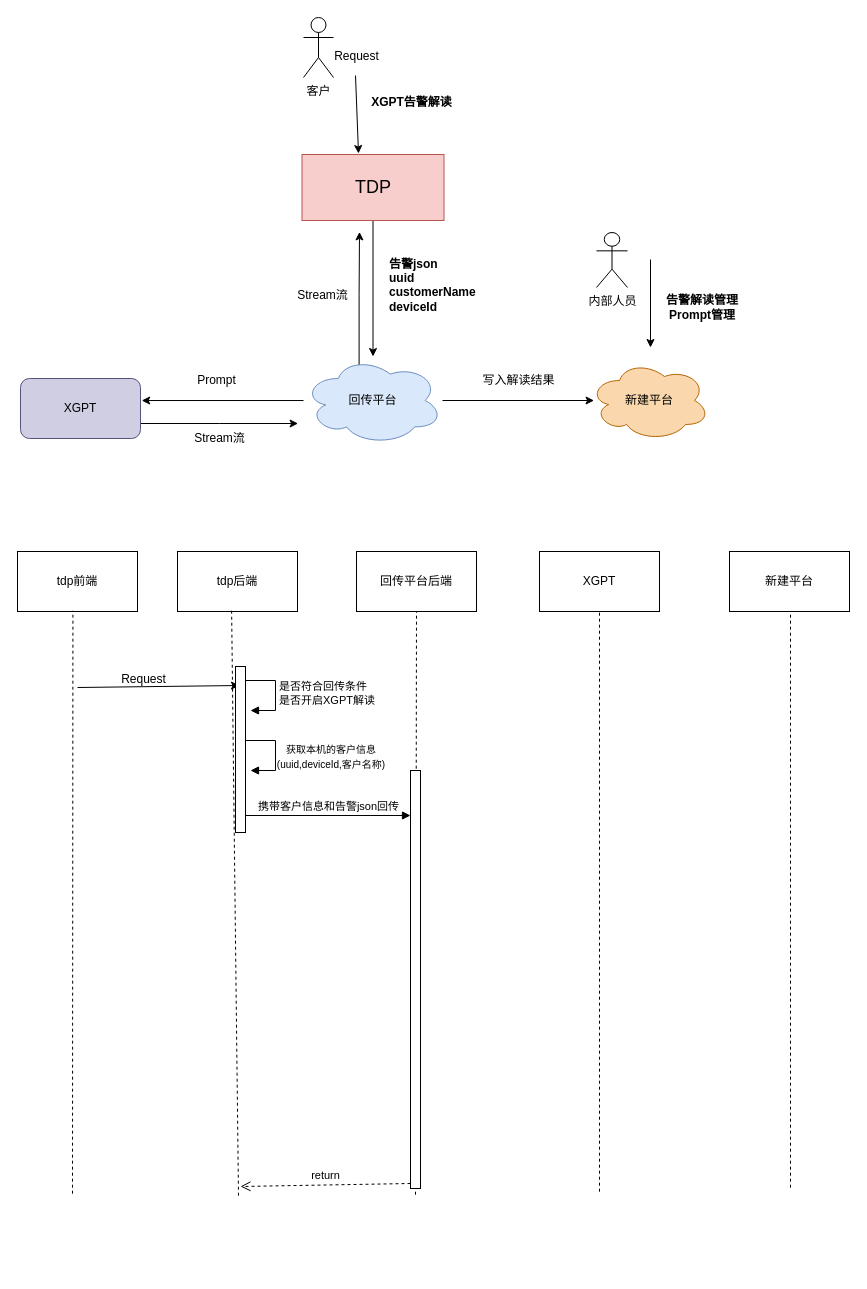
ProbieGw/Diagram keeps this draw.io diagram as xgpt联动.drawio. Above is the earlier version. Source tidied: cells renumbered, new cells numbered last; positions are measured from the earlier drawing's top-left corner, leaving out a move shared by most shapes. Both pictures are drawn from the tidied source at 100%, with x=0, y=0 at pixel (17, 17).
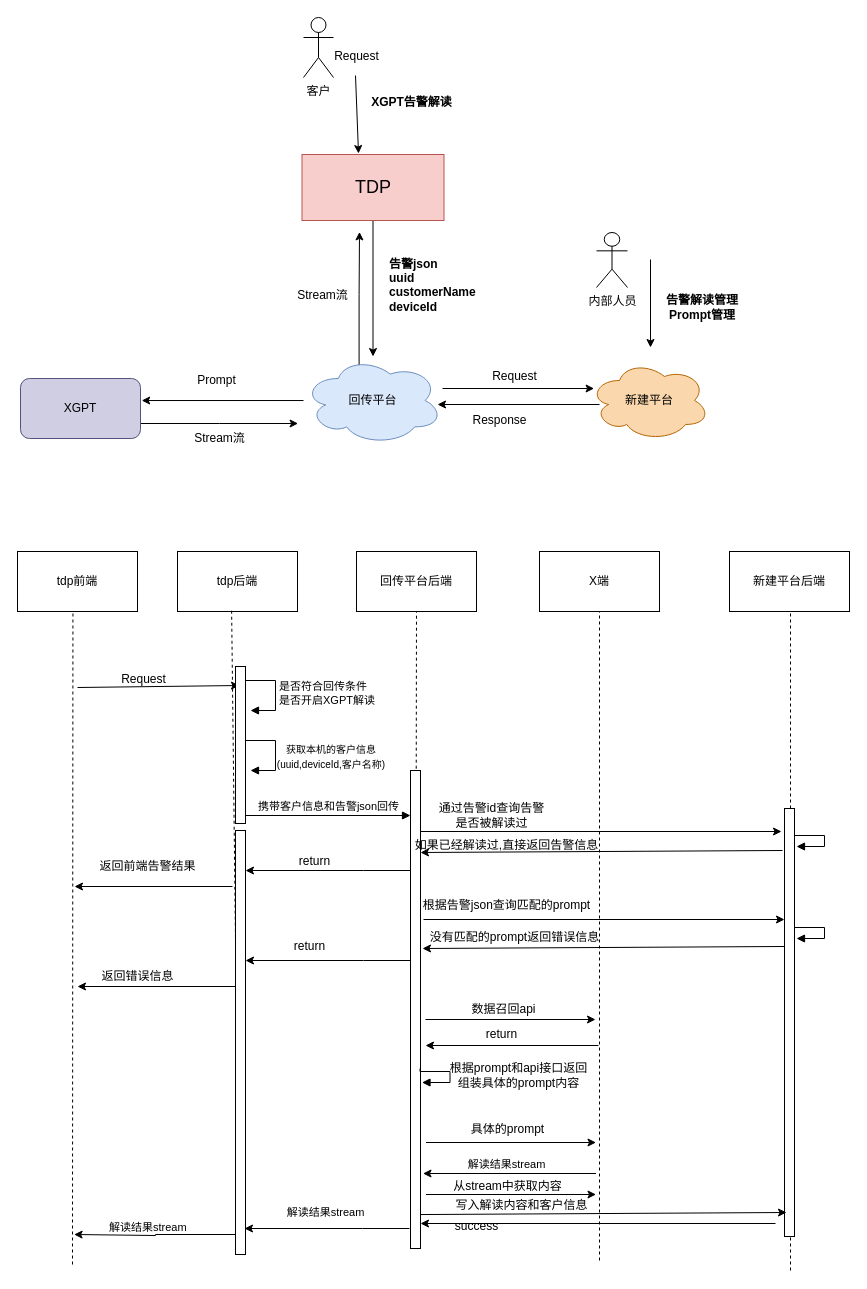
After the change.

The change refers to these unchanged cells:
```xml
<mxCell id="9" value="回传平台" style="ellipse;shape=cloud;whiteSpace=wrap;html=1;fillColor=#dae8fc;strokeColor=#6c8ebf;" parent="1" vertex="1">
  <mxGeometry x="286" y="339" width="139" height="88" as="geometry" />
</mxCell>
<mxCell id="16" value="新建平台" style="ellipse;shape=cloud;whiteSpace=wrap;html=1;fillColor=#fad7ac;strokeColor=#b46504;" parent="1" vertex="1">
  <mxGeometry x="572" y="343" width="120" height="80" as="geometry" />
</mxCell>
<mxCell id="23" value="tdp前端" style="rounded=0;whiteSpace=wrap;html=1;" parent="1" vertex="1">
  <mxGeometry y="534" width="120" height="60" as="geometry" />
</mxCell>
```

The edit, as a diff of the source:
```diff
@@
-    <mxCell id="17" style="edgeStyle=orthogonalEdgeStyle;rounded=0;jettySize=auto;html=1;entryX=0.038;entryY=0.5;entryDx=0;entryDy=0;entryPerimeter=0;" parent="1" edge="1" source="9" target="16">
-      <mxGeometry relative="1" as="geometry" />
+    <mxCell id="17" style="edgeStyle=orthogonalEdgeStyle;rounded=0;orthogonalLoop=1;jettySize=auto;html=1;entryX=0.038;entryY=0.5;entryDx=0;entryDy=0;entryPerimeter=0;" parent="1" edge="1">
+      <mxGeometry relative="1" as="geometry">
+        <mxPoint x="425" y="371" as="sourcePoint" />
+        <mxPoint x="576.6" y="371" as="targetPoint" />
+      </mxGeometry>
     </mxCell>
-    <mxCell id="18" value="写入解读结果" style="text;html=1;align=center;verticalAlign=middle;strokeColor=none;fillColor=none;" parent="1" vertex="1">
-      <mxGeometry x="456" y="350" width="90" height="26" as="geometry" />
+    <mxCell id="18" value="Request" style="text;html=1;align=center;verticalAlign=middle;strokeColor=none;fillColor=none;" parent="1" vertex="1">
+      <mxGeometry x="465.5" y="346" width="63" height="26" as="geometry" />
     </mxCell>
@@
-    <mxCell id="26" value="XGPT" style="whiteSpace=wrap;html=1;" parent="1" vertex="1">
+    <mxCell id="26" value="X端" style="whiteSpace=wrap;html=1;" parent="1" vertex="1">
       <mxGeometry x="522" y="534" width="120" height="60" as="geometry" />
     </mxCell>
-    <mxCell id="27" value="新建平台" style="whiteSpace=wrap;html=1;" parent="1" vertex="1">
+    <mxCell id="27" value="新建平台后端" style="whiteSpace=wrap;html=1;" parent="1" vertex="1">
       <mxGeometry x="712" y="534" width="120" height="60" as="geometry" />
     </mxCell>
     <mxCell id="28" style="endArrow=none;dashed=1;html=1;rounded=0;entryX=0.462;entryY=0.987;entryDx=0;entryDy=0;entryPerimeter=0;" parent="1" edge="1" target="23">
       <mxGeometry relative="1" as="geometry">
-        <mxPoint x="55" y="1176.2" as="sourcePoint" />
+        <mxPoint x="55" y="1247" as="sourcePoint" />
       </mxGeometry>
     </mxCell>
@@
     <mxCell id="30" style="endArrow=none;dashed=1;html=1;rounded=0;entryX=0.5;entryY=1;entryDx=0;entryDy=0;" parent="1" edge="1" target="26">
       <mxGeometry relative="1" as="geometry">
-        <mxPoint x="582" y="1174.2" as="sourcePoint" />
+        <mxPoint x="582" y="1243" as="sourcePoint" />
       </mxGeometry>
     </mxCell>
     <mxCell id="31" style="endArrow=none;dashed=1;html=1;rounded=0;" parent="1" edge="1">
       <mxGeometry relative="1" as="geometry">
-        <mxPoint x="773" y="1170.2" as="sourcePoint" />
+        <mxPoint x="773" y="1253" as="sourcePoint" />
         <mxPoint x="773" y="595" as="targetPoint" />
       </mxGeometry>
     </mxCell>
@@
+    <mxCell id="42" style="edgeStyle=orthogonalEdgeStyle;rounded=0;jettySize=auto;html=1;curved=0;" parent="1" edge="1" source="35" target="50">
+      <mxGeometry relative="1" as="geometry">
+        <Array as="points">
+          <mxPoint x="346" y="853" />
+          <mxPoint x="346" y="853" />
+        </Array>
+      </mxGeometry>
+    </mxCell>
     <mxCell id="35" style="html=1;points=[[0,0,0,0,5],[0,1,0,0,-5],[1,0,0,0,5],[1,1,0,0,-5]];perimeter=orthogonalPerimeter;outlineConnect=0;targetShapes=umlLifeline;portConstraint=eastwest;newEdgeStyle={&quot;curved&quot;:0,&quot;rounded&quot;:0};" parent="1" vertex="1">
-      <mxGeometry x="393" y="753" width="10" height="418" as="geometry" />
+      <mxGeometry x="393" y="753" width="10" height="478" as="geometry" />
     </mxCell>
@@
-    <mxCell id="37" value="return" style="html=1;verticalAlign=bottom;endArrow=open;dashed=1;endSize=8;curved=0;rounded=0;exitX=0;exitY=1;exitDx=0;exitDy=-5;" parent="1" edge="1" source="35">
-      <mxGeometry relative="1" as="geometry">
-        <mxPoint x="223" y="1169" as="targetPoint" />
-      </mxGeometry>
-    </mxCell>
     <mxCell id="38" style="html=1;perimeter=orthogonalPerimeter;targetShapes=umlLifeline;newEdgeStyle={&quot;curved&quot;:0,&quot;rounded&quot;:0};" parent="1" vertex="1">
-      <mxGeometry x="218" y="649" width="10" height="166" as="geometry" />
+      <mxGeometry x="218" y="649" width="10" height="157" as="geometry" />
     </mxCell>
@@
+    <mxCell id="43" style="endArrow=classic;html=1;rounded=0;" parent="1" edge="1">
+      <mxGeometry relative="1" as="geometry">
+        <mxPoint x="403" y="814" as="sourcePoint" />
+        <mxPoint x="764" y="814" as="targetPoint" />
+      </mxGeometry>
+    </mxCell>
+    <mxCell id="44" value="通过告警id查询告警&lt;div&gt;是否被解读过&lt;/div&gt;" style="text;html=1;align=center;verticalAlign=middle;strokeColor=none;fillColor=none;" parent="1" vertex="1">
+      <mxGeometry x="412" y="777" width="123" height="41" as="geometry" />
+    </mxCell>
+    <mxCell id="45" style="html=1;perimeter=orthogonalPerimeter;targetShapes=umlLifeline;newEdgeStyle={&quot;curved&quot;:0,&quot;rounded&quot;:0};" parent="1" vertex="1">
+      <mxGeometry x="767" y="791" width="10" height="428" as="geometry" />
+    </mxCell>
+    <mxCell id="46" style="endArrow=classic;html=1;rounded=0;" parent="1" edge="1">
+      <mxGeometry relative="1" as="geometry">
+        <mxPoint x="765" y="833" as="sourcePoint" />
+        <mxPoint x="403" y="835" as="targetPoint" />
+      </mxGeometry>
+    </mxCell>
+    <mxCell id="47" style="html=1;align=left;spacingLeft=2;endArrow=block;rounded=0;edgeStyle=orthogonalEdgeStyle;curved=0;rounded=0;" parent="1" edge="1">
+      <mxGeometry relative="1" as="geometry">
+        <mxPoint x="777" y="815" as="sourcePoint" />
+        <mxPoint x="779" y="829" as="targetPoint" />
+        <Array as="points">
+          <mxPoint x="777" y="818" />
+          <mxPoint x="807" y="818" />
+          <mxPoint x="807" y="829" />
+        </Array>
+      </mxGeometry>
+    </mxCell>
+    <mxCell id="48" value="如果已经解读过,直接返回告警信息" style="text;html=1;align=center;verticalAlign=middle;strokeColor=none;fillColor=none;" parent="1" vertex="1">
+      <mxGeometry x="388" y="815" width="201" height="26" as="geometry" />
+    </mxCell>
+    <mxCell id="49" style="edgeStyle=orthogonalEdgeStyle;rounded=0;orthogonalLoop=1;jettySize=auto;html=1;curved=0;exitX=0;exitY=1;exitDx=0;exitDy=-5;exitPerimeter=0;" parent="1" edge="1">
+      <mxGeometry relative="1" as="geometry">
+        <mxPoint x="218" y="1232" as="sourcePoint" />
+        <mxPoint x="56.6" y="1217" as="targetPoint" />
+        <Array as="points">
+          <mxPoint x="218" y="1217" />
+          <mxPoint x="138" y="1217" />
+          <mxPoint x="138" y="1218" />
+        </Array>
+      </mxGeometry>
+    </mxCell>
+    <mxCell id="50" style="html=1;points=[[0,0,0,0,5],[0,1,0,0,-5],[1,0,0,0,5],[1,1,0,0,-5]];perimeter=orthogonalPerimeter;outlineConnect=0;targetShapes=umlLifeline;portConstraint=eastwest;newEdgeStyle={&quot;curved&quot;:0,&quot;rounded&quot;:0};" parent="1" vertex="1">
+      <mxGeometry x="218" y="813" width="10" height="424" as="geometry" />
+    </mxCell>
+    <mxCell id="51" style="endArrow=classic;html=1;rounded=0;" parent="1" edge="1">
+      <mxGeometry relative="1" as="geometry">
+        <mxPoint x="215" y="869" as="sourcePoint" />
+        <mxPoint x="57" y="869" as="targetPoint" />
+      </mxGeometry>
+    </mxCell>
+    <mxCell id="52" value="返回前端告警结果" style="text;html=1;align=center;verticalAlign=middle;strokeColor=none;fillColor=none;" parent="1" vertex="1">
+      <mxGeometry x="73" y="836" width="114" height="26" as="geometry" />
+    </mxCell>
+    <mxCell id="53" style="endArrow=classic;html=1;rounded=0;" parent="1" edge="1">
+      <mxGeometry relative="1" as="geometry">
+        <mxPoint x="406" y="902" as="sourcePoint" />
+        <mxPoint x="767" y="902" as="targetPoint" />
+      </mxGeometry>
+    </mxCell>
+    <mxCell id="54" value="根据告警json查询匹配的prompt" style="text;html=1;align=center;verticalAlign=middle;strokeColor=none;fillColor=none;" parent="1" vertex="1">
+      <mxGeometry x="396" y="875" width="185" height="26" as="geometry" />
+    </mxCell>
+    <mxCell id="55" style="html=1;align=left;spacingLeft=2;endArrow=block;rounded=0;edgeStyle=orthogonalEdgeStyle;curved=0;rounded=0;" parent="1" edge="1">
+      <mxGeometry relative="1" as="geometry">
+        <mxPoint x="777" y="907" as="sourcePoint" />
+        <mxPoint x="779" y="921" as="targetPoint" />
+        <Array as="points">
+          <mxPoint x="777" y="910" />
+          <mxPoint x="807" y="910" />
+          <mxPoint x="807" y="921" />
+        </Array>
+      </mxGeometry>
+    </mxCell>
+    <mxCell id="56" style="endArrow=classic;html=1;rounded=0;" parent="1" edge="1">
+      <mxGeometry relative="1" as="geometry">
+        <mxPoint x="767" y="929" as="sourcePoint" />
+        <mxPoint x="405" y="931" as="targetPoint" />
+      </mxGeometry>
+    </mxCell>
+    <mxCell id="57" value="没有匹配的prompt返回错误信息" style="text;html=1;align=center;verticalAlign=middle;strokeColor=none;fillColor=none;" parent="1" vertex="1">
+      <mxGeometry x="403" y="907" width="187" height="26" as="geometry" />
+    </mxCell>
+    <mxCell id="58" style="edgeStyle=orthogonalEdgeStyle;rounded=0;orthogonalLoop=1;jettySize=auto;html=1;curved=0;" parent="1" edge="1">
+      <mxGeometry relative="1" as="geometry">
+        <mxPoint x="393" y="943" as="sourcePoint" />
+        <mxPoint x="228" y="943" as="targetPoint" />
+        <Array as="points">
+          <mxPoint x="346" y="943" />
+          <mxPoint x="346" y="943" />
+        </Array>
+      </mxGeometry>
+    </mxCell>
+    <mxCell id="59" style="endArrow=classic;html=1;rounded=0;" parent="1" edge="1">
+      <mxGeometry relative="1" as="geometry">
+        <mxPoint x="218" y="969" as="sourcePoint" />
+        <mxPoint x="60" y="969" as="targetPoint" />
+      </mxGeometry>
+    </mxCell>
+    <mxCell id="60" value="返回错误信息" style="text;html=1;align=center;verticalAlign=middle;strokeColor=none;fillColor=none;" parent="1" vertex="1">
+      <mxGeometry x="75" y="946" width="90" height="26" as="geometry" />
+    </mxCell>
+    <mxCell id="61" style="endArrow=classic;html=1;rounded=0;" parent="1" edge="1">
+      <mxGeometry relative="1" as="geometry">
+        <mxPoint x="408" y="1002" as="sourcePoint" />
+        <mxPoint x="578" y="1002" as="targetPoint" />
+      </mxGeometry>
+    </mxCell>
+    <mxCell id="62" value="数据召回api" style="text;html=1;align=center;verticalAlign=middle;strokeColor=none;fillColor=none;" parent="1" vertex="1">
+      <mxGeometry x="445" y="979" width="82" height="26" as="geometry" />
+    </mxCell>
+    <mxCell id="63" style="endArrow=classic;html=1;rounded=0;" parent="1" edge="1">
+      <mxGeometry relative="1" as="geometry">
+        <mxPoint x="581" y="1028" as="sourcePoint" />
+        <mxPoint x="408" y="1028" as="targetPoint" />
+      </mxGeometry>
+    </mxCell>
+    <mxCell id="64" style="html=1;align=left;spacingLeft=2;endArrow=block;rounded=0;edgeStyle=orthogonalEdgeStyle;curved=0;rounded=0;" parent="1" edge="1">
+      <mxGeometry relative="1" as="geometry">
+        <mxPoint x="402.5" y="1051" as="sourcePoint" />
+        <mxPoint x="404.5" y="1065" as="targetPoint" />
+        <Array as="points">
+          <mxPoint x="402.5" y="1054" />
+          <mxPoint x="432.5" y="1054" />
+          <mxPoint x="432.5" y="1065" />
+        </Array>
+      </mxGeometry>
+    </mxCell>
+    <mxCell id="65" value="根据prompt和api接口返回&lt;div&gt;组装具体的prompt内容&lt;/div&gt;" style="text;html=1;align=center;verticalAlign=middle;strokeColor=none;fillColor=none;" parent="1" vertex="1">
+      <mxGeometry x="423.5" y="1037" width="155" height="41" as="geometry" />
+    </mxCell>
+    <mxCell id="66" value="return" style="text;html=1;align=center;verticalAlign=middle;strokeColor=none;fillColor=none;" parent="1" vertex="1">
+      <mxGeometry x="272" y="831" width="49" height="26" as="geometry" />
+    </mxCell>
+    <mxCell id="67" value="return" style="text;html=1;align=center;verticalAlign=middle;strokeColor=none;fillColor=none;" parent="1" vertex="1">
+      <mxGeometry x="267" y="916" width="49" height="26" as="geometry" />
+    </mxCell>
+    <mxCell id="68" style="endArrow=classic;html=1;rounded=0;" parent="1" edge="1">
+      <mxGeometry relative="1" as="geometry">
+        <mxPoint x="408.5" y="1125" as="sourcePoint" />
+        <mxPoint x="578.5" y="1125" as="targetPoint" />
+      </mxGeometry>
+    </mxCell>
+    <mxCell id="69" value="具体的prompt" style="text;html=1;align=center;verticalAlign=middle;strokeColor=none;fillColor=none;" parent="1" vertex="1">
+      <mxGeometry x="444" y="1099" width="91" height="26" as="geometry" />
+    </mxCell>
+    <mxCell id="70" value="return" style="text;html=1;align=center;verticalAlign=middle;strokeColor=none;fillColor=none;" parent="1" vertex="1">
+      <mxGeometry x="459" y="1004" width="49" height="26" as="geometry" />
+    </mxCell>
+    <mxCell id="71" style="endArrow=classic;html=1;rounded=0;" parent="1" edge="1">
+      <mxGeometry relative="1" as="geometry">
+        <mxPoint x="578.5" y="1156" as="sourcePoint" />
+        <mxPoint x="405.5" y="1156" as="targetPoint" />
+      </mxGeometry>
+    </mxCell>
+    <mxCell id="72" value="解读结果stream" style="edgeLabel;html=1;align=center;verticalAlign=middle;" parent="71" vertex="1">
+      <mxGeometry x="0.14" y="-4" relative="1" as="geometry">
+        <mxPoint x="9" y="-6" as="offset" />
+      </mxGeometry>
+    </mxCell>
+    <mxCell id="73" style="edgeStyle=orthogonalEdgeStyle;rounded=0;orthogonalLoop=1;jettySize=auto;html=1;curved=0;" parent="1" edge="1">
+      <mxGeometry relative="1" as="geometry">
+        <mxPoint x="392" y="1211" as="sourcePoint" />
+        <mxPoint x="227" y="1211" as="targetPoint" />
+        <Array as="points">
+          <mxPoint x="345" y="1211" />
+          <mxPoint x="345" y="1211" />
+        </Array>
+      </mxGeometry>
+    </mxCell>
+    <mxCell id="74" value="解读结果stream" style="edgeLabel;html=1;align=center;verticalAlign=middle;" parent="1" vertex="1">
+      <mxGeometry x="307" y="1194" as="geometry" />
+    </mxCell>
+    <mxCell id="75" value="&lt;span style=&quot;color: rgb(0, 0, 0); font-family: Helvetica; font-size: 11px; font-style: normal; font-variant-ligatures: normal; font-variant-caps: normal; font-weight: 400; letter-spacing: normal; orphans: 2; text-align: center; text-indent: 0px; text-transform: none; widows: 2; word-spacing: 0px; -webkit-text-stroke-width: 0px; white-space: nowrap; background-color: rgb(255, 255, 255); text-decoration-thickness: initial; text-decoration-style: initial; text-decoration-color: initial; display: inline !important; float: none;&quot;&gt;解读结果stream&lt;/span&gt;" style="text;whiteSpace=wrap;html=1;" parent="1" vertex="1">
+      <mxGeometry x="90" y="1196" width="106" height="37" as="geometry" />
+    </mxCell>
+    <mxCell id="76" style="endArrow=classic;html=1;rounded=0;" parent="1" edge="1">
+      <mxGeometry relative="1" as="geometry">
+        <mxPoint x="408.5" y="1177" as="sourcePoint" />
+        <mxPoint x="578.5" y="1177" as="targetPoint" />
+      </mxGeometry>
+    </mxCell>
+    <mxCell id="77" value="从stream中获取内容" style="text;html=1;align=center;verticalAlign=middle;strokeColor=none;fillColor=none;" parent="1" vertex="1">
+      <mxGeometry x="426.5" y="1156" width="127" height="26" as="geometry" />
+    </mxCell>
+    <mxCell id="78" style="endArrow=classic;html=1;rounded=0;exitX=1;exitY=0.929;exitDx=0;exitDy=0;exitPerimeter=0;" parent="1" edge="1" source="35">
+      <mxGeometry relative="1" as="geometry">
+        <mxPoint x="769" y="1195" as="targetPoint" />
+      </mxGeometry>
+    </mxCell>
+    <mxCell id="79" value="写入解读内容和客户信息" style="text;html=1;align=center;verticalAlign=middle;strokeColor=none;fillColor=none;" parent="1" vertex="1">
+      <mxGeometry x="428.5" y="1175" width="150" height="26" as="geometry" />
+    </mxCell>
+    <mxCell id="80" style="endArrow=classic;html=1;rounded=0;" parent="1" edge="1" target="35">
+      <mxGeometry relative="1" as="geometry">
+        <mxPoint x="758" y="1206" as="sourcePoint" />
+      </mxGeometry>
+    </mxCell>
+    <mxCell id="81" value="success" style="text;html=1;align=center;verticalAlign=middle;strokeColor=none;fillColor=none;" parent="1" vertex="1">
+      <mxGeometry x="428.5" y="1196" width="61" height="26" as="geometry" />
+    </mxCell>
+    <mxCell id="82" style="edgeStyle=orthogonalEdgeStyle;rounded=0;orthogonalLoop=1;jettySize=auto;html=1;entryX=1.01;entryY=0.367;entryDx=0;entryDy=0;entryPerimeter=0;" parent="1" edge="1">
+      <mxGeometry relative="1" as="geometry">
+        <mxPoint x="582" y="387" as="sourcePoint" />
+        <mxPoint x="420" y="387" as="targetPoint" />
+      </mxGeometry>
+    </mxCell>
+    <mxCell id="83" value="Response" style="text;html=1;align=center;verticalAlign=middle;strokeColor=none;fillColor=none;" parent="1" vertex="1">
+      <mxGeometry x="446" y="390" width="72" height="26" as="geometry" />
+    </mxCell>
```
